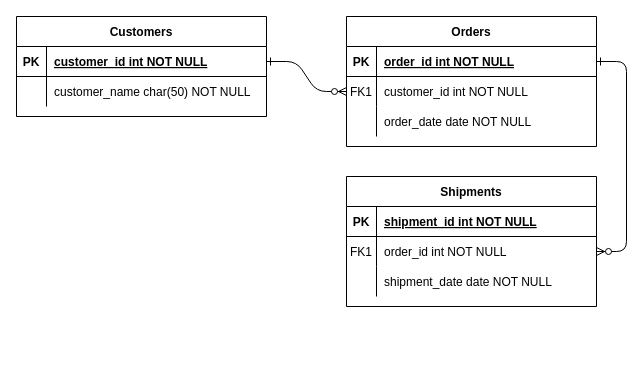
chemical-son/blog keeps this draw.io diagram as Untitled Diagram.drawio. Above is the earlier version. Source tidied: cells renumbered, new cells numbered last; positions are measured from the earlier drawing's top-left corner, leaving out a move shared by most shapes. Both pictures are drawn from the tidied source at 100%, with x=0, y=0 at pixel (16, 16).
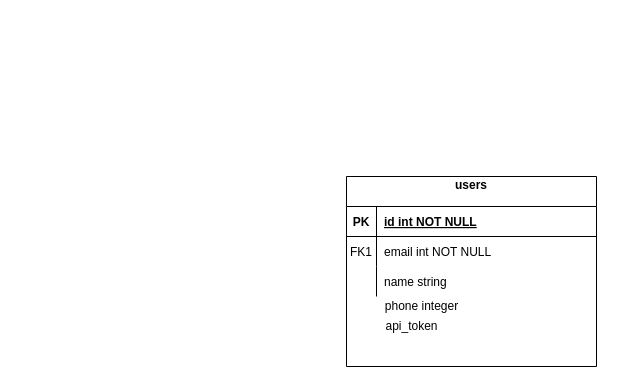
After the change.

The change refers to these unchanged cells:
```xml
<mxCell id="15" style="shape=partialRectangle;fillColor=none;top=0;left=0;right=0;bottom=1;" parent="14" vertex="1">
  <mxGeometry y="30" width="250" height="30" as="geometry" />
</mxCell>
<mxCell id="18" style="shape=partialRectangle;fillColor=none;points=[[0,0.5],[1,0.5]];portConstraint=eastwest;top=0;left=0;right=0;bottom=0;" parent="14" vertex="1">
  <mxGeometry y="60" width="250" height="30" as="geometry" />
</mxCell>
<mxCell id="21" style="shape=partialRectangle;fillColor=none;top=0;left=0;right=0;bottom=0;" parent="14" vertex="1">
  <mxGeometry y="90" width="250" height="30" as="geometry" />
</mxCell>
```

Change to the diagram source:
```diff
@@
-    <mxCell id="2" style="edgeStyle=entityRelationEdgeStyle;endArrow=ERzeroToMany;startArrow=ERone;endFill=1;startFill=0;" parent="1" edge="1" source="25" target="8">
-      <mxGeometry relative="1" as="geometry" />
-    </mxCell>
-    <mxCell id="3" style="edgeStyle=entityRelationEdgeStyle;endArrow=ERzeroToMany;startArrow=ERone;endFill=1;startFill=0;" parent="1" edge="1" source="5" target="18">
-      <mxGeometry relative="1" as="geometry" />
-    </mxCell>
-    <mxCell id="4" value="Orders" style="shape=table;startSize=30;childLayout=tableLayout;rowLines=0;fontStyle=1;align=center;" parent="1" vertex="1">
-      <mxGeometry x="330" width="250" height="130" as="geometry" />
-    </mxCell>
-    <mxCell id="5" style="shape=partialRectangle;fillColor=none;points=[[0,0.5],[1,0.5]];portConstraint=eastwest;top=0;left=0;right=0;bottom=1;" parent="4" vertex="1">
-      <mxGeometry y="30" width="250" height="30" as="geometry" />
-    </mxCell>
-    <mxCell id="6" value="PK" style="shape=partialRectangle;overflow=hidden;fillColor=none;top=0;left=0;bottom=0;right=0;fontStyle=1;" parent="5" vertex="1">
-      <mxGeometry width="30" height="30" as="geometry" />
-    </mxCell>
-    <mxCell id="7" value="order_id int NOT NULL " style="shape=partialRectangle;overflow=hidden;fillColor=none;top=0;left=0;bottom=0;right=0;align=left;spacingLeft=6;fontStyle=5;" parent="5" vertex="1">
-      <mxGeometry x="30" width="220" height="30" as="geometry" />
-    </mxCell>
-    <mxCell id="8" style="shape=partialRectangle;fillColor=none;points=[[0,0.5],[1,0.5]];portConstraint=eastwest;top=0;left=0;right=0;bottom=0;" parent="4" vertex="1">
-      <mxGeometry y="60" width="250" height="30" as="geometry" />
-    </mxCell>
-    <mxCell id="9" value="FK1" style="shape=partialRectangle;overflow=hidden;fillColor=none;top=0;left=0;bottom=0;right=0;" parent="8" vertex="1">
-      <mxGeometry width="30" height="30" as="geometry" />
-    </mxCell>
-    <mxCell id="10" value="customer_id int NOT NULL" style="shape=partialRectangle;overflow=hidden;fillColor=none;top=0;left=0;bottom=0;right=0;align=left;spacingLeft=6;" parent="8" vertex="1">
-      <mxGeometry x="30" width="220" height="30" as="geometry" />
-    </mxCell>
-    <mxCell id="11" style="shape=partialRectangle;fillColor=none;top=0;left=0;right=0;bottom=0;" parent="4" vertex="1">
-      <mxGeometry y="90" width="250" height="30" as="geometry" />
-    </mxCell>
-    <mxCell id="12" style="shape=partialRectangle;overflow=hidden;fillColor=none;top=0;left=0;bottom=0;right=0;" parent="11" vertex="1">
-      <mxGeometry width="30" height="30" as="geometry" />
-    </mxCell>
-    <mxCell id="13" value="order_date date NOT NULL" style="shape=partialRectangle;overflow=hidden;fillColor=none;top=0;left=0;bottom=0;right=0;align=left;spacingLeft=6;" parent="11" vertex="1">
-      <mxGeometry x="30" width="220" height="30" as="geometry" />
-    </mxCell>
-    <mxCell id="14" value="Shipments" style="shape=table;startSize=30;childLayout=tableLayout;rowLines=0;fontStyle=1;align=center;" parent="1" vertex="1">
-      <mxGeometry x="330" y="160" width="250" height="130" as="geometry" />
+    <mxCell id="14" value="users&#10;" style="shape=table;startSize=30;childLayout=tableLayout;rowLines=0;fontStyle=1;align=center;" parent="1" vertex="1">
+      <mxGeometry x="330" y="160" width="250" height="190" as="geometry" />
     </mxCell>
@@
-    <mxCell id="17" value="shipment_id int NOT NULL " style="shape=partialRectangle;overflow=hidden;fillColor=none;top=0;left=0;bottom=0;right=0;align=left;spacingLeft=6;fontStyle=5;" parent="15" vertex="1">
+    <mxCell id="17" value="id int NOT NULL " style="shape=partialRectangle;overflow=hidden;fillColor=none;top=0;left=0;bottom=0;right=0;align=left;spacingLeft=6;fontStyle=5;" parent="15" vertex="1">
       <mxGeometry x="30" width="220" height="30" as="geometry" />
     </mxCell>
@@
-    <mxCell id="20" value="order_id int NOT NULL" style="shape=partialRectangle;overflow=hidden;fillColor=none;top=0;left=0;bottom=0;right=0;align=left;spacingLeft=6;" parent="18" vertex="1">
+    <mxCell id="20" value="email int NOT NULL" style="shape=partialRectangle;overflow=hidden;fillColor=none;top=0;left=0;bottom=0;right=0;align=left;spacingLeft=6;" parent="18" vertex="1">
       <mxGeometry x="30" width="220" height="30" as="geometry" />
     </mxCell>
@@
-    <mxCell id="23" value="shipment_date date NOT NULL" style="shape=partialRectangle;overflow=hidden;fillColor=none;top=0;left=0;bottom=0;right=0;align=left;spacingLeft=6;" parent="21" vertex="1">
+    <mxCell id="23" value="name string" style="shape=partialRectangle;overflow=hidden;fillColor=none;top=0;left=0;bottom=0;right=0;align=left;spacingLeft=6;" parent="21" vertex="1">
       <mxGeometry x="30" width="220" height="30" as="geometry" />
     </mxCell>
-    <mxCell id="24" value="Customers" style="shape=table;startSize=30;childLayout=tableLayout;rowLines=0;fontStyle=1;align=center;" parent="1" vertex="1">
-      <mxGeometry width="250" height="100" as="geometry" />
-    </mxCell>
-    <mxCell id="25" style="shape=partialRectangle;fillColor=none;points=[[0,0.5],[1,0.5]];portConstraint=eastwest;top=0;left=0;right=0;bottom=1;" parent="24" vertex="1">
-      <mxGeometry y="30" width="250" height="30" as="geometry" />
-    </mxCell>
-    <mxCell id="26" value="PK" style="shape=partialRectangle;overflow=hidden;fillColor=none;top=0;left=0;bottom=0;right=0;fontStyle=1;" parent="25" vertex="1">
-      <mxGeometry width="30" height="30" as="geometry" />
-    </mxCell>
-    <mxCell id="27" value="customer_id int NOT NULL " style="shape=partialRectangle;overflow=hidden;fillColor=none;top=0;left=0;bottom=0;right=0;align=left;spacingLeft=6;fontStyle=5;" parent="25" vertex="1">
-      <mxGeometry x="30" width="220" height="30" as="geometry" />
-    </mxCell>
-    <mxCell id="28" style="shape=partialRectangle;fillColor=none;top=0;left=0;right=0;bottom=0;" parent="24" vertex="1">
-      <mxGeometry y="60" width="250" height="30" as="geometry" />
-    </mxCell>
-    <mxCell id="29" style="shape=partialRectangle;overflow=hidden;fillColor=none;top=0;left=0;bottom=0;right=0;" parent="28" vertex="1">
-      <mxGeometry width="30" height="30" as="geometry" />
-    </mxCell>
-    <mxCell id="30" value="customer_name char(50) NOT NULL" style="shape=partialRectangle;overflow=hidden;fillColor=none;top=0;left=0;bottom=0;right=0;align=left;spacingLeft=6;" parent="28" vertex="1">
-      <mxGeometry x="30" width="220" height="30" as="geometry" />
-    </mxCell>
+    <mxCell id="31" value="phone integer " style="text;html=1;align=center;verticalAlign=middle;strokeColor=none;" parent="1" vertex="1">
+      <mxGeometry x="360" y="280" width="90" height="20" as="geometry" />
+    </mxCell>
+    <mxCell id="32" value="api_token" style="text;html=1;align=center;verticalAlign=middle;strokeColor=none;" parent="1" vertex="1">
+      <mxGeometry x="360" y="300" width="70" height="20" as="geometry" />
+    </mxCell>
```
